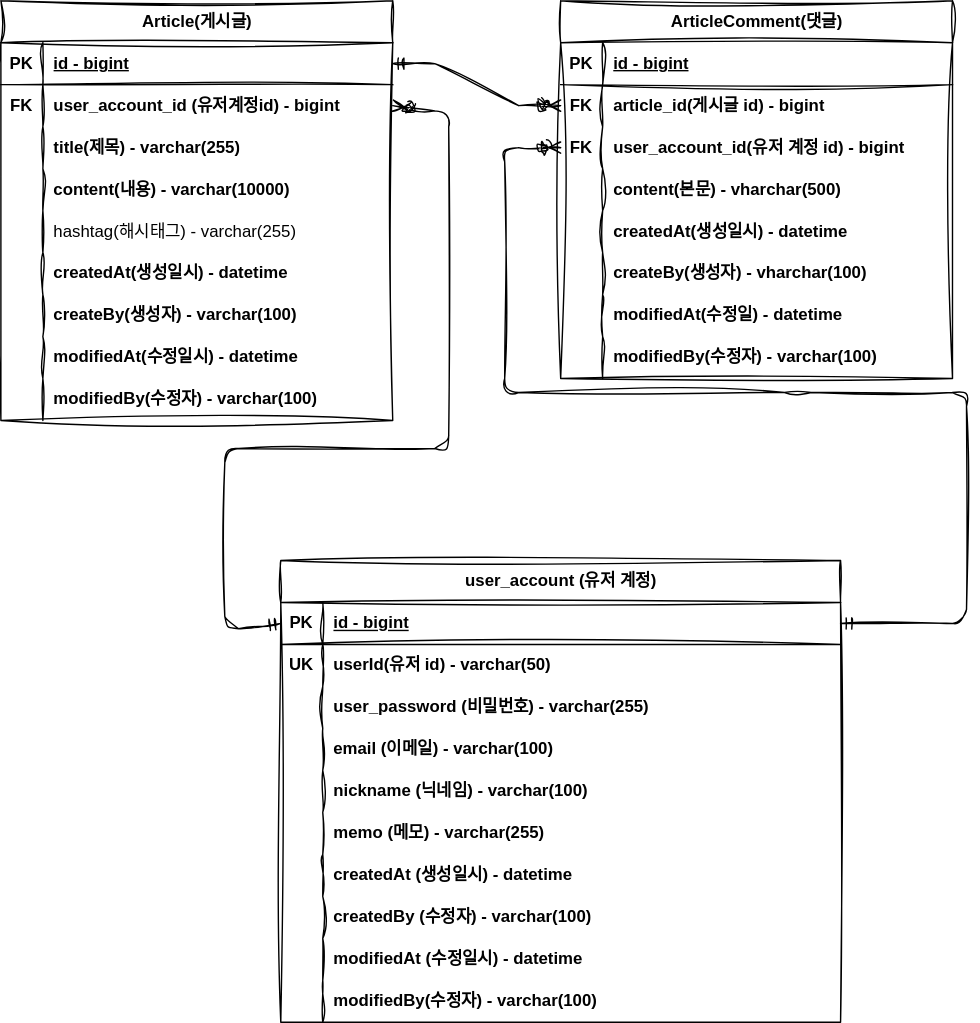
Above: document/project-board-erd.svg in newbe01/board-service (draw.io), before the change. Source tidied: cells renumbered, new cells last; positions are measured from the earlier drawing's top-left corner, leaving out a move shared by most shapes.
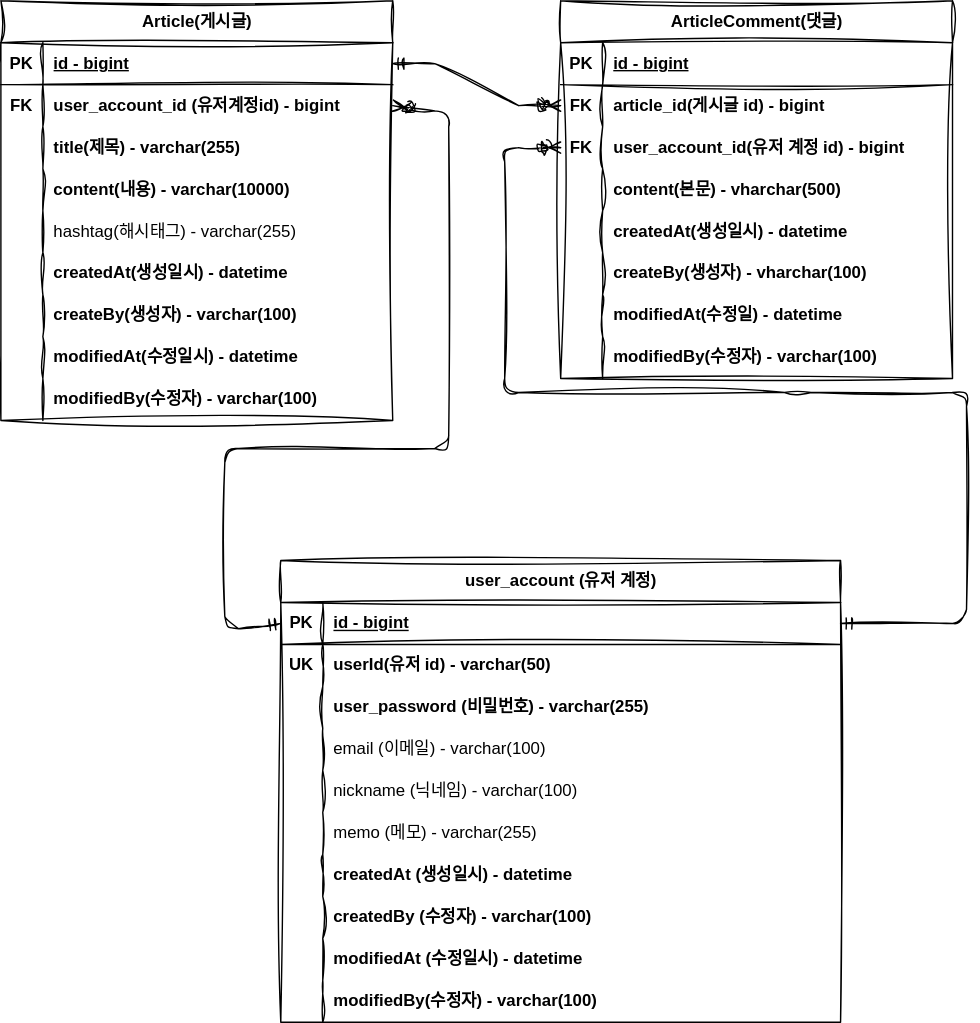
Later version of the same file.

Commit message:
project-board-erd 업데이트

Diff of the diagram source:
```diff
@@ -200,7 +200,7 @@
     <mxCell id="67" style="shape=partialRectangle;fillColor=none;top=0;left=0;bottom=0;right=0;overflow=hidden;whiteSpace=wrap;html=1;rounded=0;sketch=1;curveFitting=1;jiggle=2;" parent="66" vertex="1">
       <mxGeometry width="30" height="30" as="geometry" />
     </mxCell>
-    <mxCell id="68" value="email (이메일) - varchar(100)&lt;br&gt;" style="shape=partialRectangle;fillColor=none;top=0;left=0;bottom=0;right=0;align=left;spacingLeft=6;overflow=hidden;whiteSpace=wrap;html=1;rounded=0;sketch=1;curveFitting=1;jiggle=2;fontStyle=1;" parent="66" vertex="1">
+    <mxCell id="68" value="email (이메일) - varchar(100)&lt;br&gt;" style="shape=partialRectangle;fillColor=none;top=0;left=0;bottom=0;right=0;align=left;spacingLeft=6;overflow=hidden;whiteSpace=wrap;html=1;rounded=0;sketch=1;curveFitting=1;jiggle=2;fontStyle=0;" parent="66" vertex="1">
       <mxGeometry x="30" width="370" height="30" as="geometry" />
     </mxCell>
     <mxCell id="69" style="shape=tableRow;horizontal=0;startSize=0;swimlaneHead=0;swimlaneBody=0;fillColor=none;top=0;left=0;right=0;bottom=0;rounded=0;sketch=1;curveFitting=1;jiggle=2;" parent="56" vertex="1">
@@ -209,7 +209,7 @@
     <mxCell id="70" style="shape=partialRectangle;fillColor=none;top=0;left=0;bottom=0;right=0;overflow=hidden;whiteSpace=wrap;html=1;rounded=0;sketch=1;curveFitting=1;jiggle=2;" parent="69" vertex="1">
       <mxGeometry width="30" height="30" as="geometry" />
     </mxCell>
-    <mxCell id="71" value="nickname (닉네임) - varchar(100)" style="shape=partialRectangle;fillColor=none;top=0;left=0;bottom=0;right=0;align=left;spacingLeft=6;overflow=hidden;whiteSpace=wrap;html=1;rounded=0;sketch=1;curveFitting=1;jiggle=2;fontStyle=1;" parent="69" vertex="1">
+    <mxCell id="71" value="nickname (닉네임) - varchar(100)" style="shape=partialRectangle;fillColor=none;top=0;left=0;bottom=0;right=0;align=left;spacingLeft=6;overflow=hidden;whiteSpace=wrap;html=1;rounded=0;sketch=1;curveFitting=1;jiggle=2;fontStyle=0;" parent="69" vertex="1">
       <mxGeometry x="30" width="370" height="30" as="geometry" />
     </mxCell>
     <mxCell id="72" style="shape=tableRow;horizontal=0;startSize=0;swimlaneHead=0;swimlaneBody=0;fillColor=none;top=0;left=0;right=0;bottom=0;rounded=0;sketch=1;curveFitting=1;jiggle=2;" parent="56" vertex="1">
@@ -218,7 +218,7 @@
     <mxCell id="73" style="shape=partialRectangle;fillColor=none;top=0;left=0;bottom=0;right=0;overflow=hidden;whiteSpace=wrap;html=1;rounded=0;sketch=1;curveFitting=1;jiggle=2;" parent="72" vertex="1">
       <mxGeometry width="30" height="30" as="geometry" />
     </mxCell>
-    <mxCell id="74" value="memo (메모) - varchar(255)" style="shape=partialRectangle;fillColor=none;top=0;left=0;bottom=0;right=0;align=left;spacingLeft=6;overflow=hidden;whiteSpace=wrap;html=1;rounded=0;sketch=1;curveFitting=1;jiggle=2;fontStyle=1;" parent="72" vertex="1">
+    <mxCell id="74" value="memo (메모) - varchar(255)" style="shape=partialRectangle;fillColor=none;top=0;left=0;bottom=0;right=0;align=left;spacingLeft=6;overflow=hidden;whiteSpace=wrap;html=1;rounded=0;sketch=1;curveFitting=1;jiggle=2;fontStyle=0;" parent="72" vertex="1">
       <mxGeometry x="30" width="370" height="30" as="geometry" />
     </mxCell>
     <mxCell id="75" style="shape=tableRow;horizontal=0;startSize=0;swimlaneHead=0;swimlaneBody=0;fillColor=none;top=0;left=0;right=0;bottom=0;rounded=0;sketch=1;curveFitting=1;jiggle=2;" parent="56" vertex="1">
```
